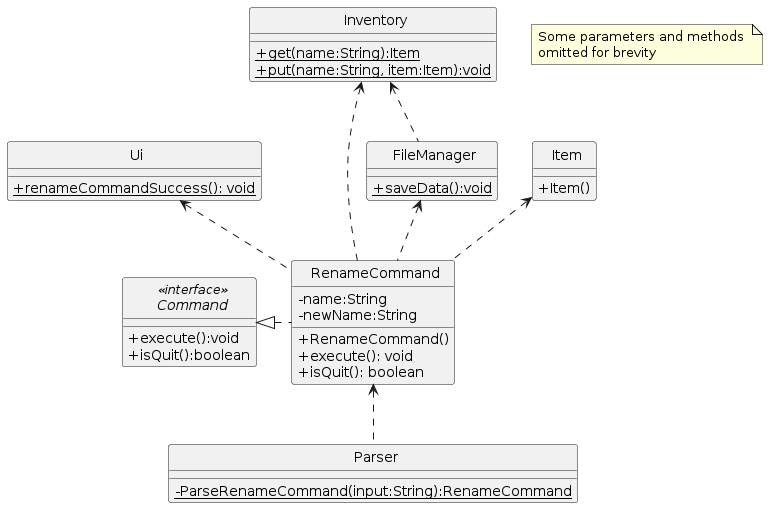
This is docs/uml-diagrams/RenameCommandClass.png from rismm/tp, a PlantUML export, as it was before one commit.
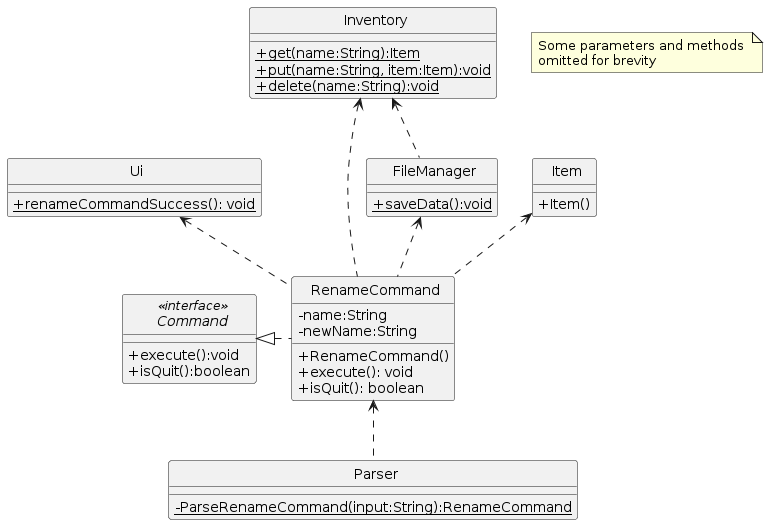
The same file after the commit.

Diff of the diagram source:
```diff
@@ -47,6 +47,7 @@
 class Inventory {
     {static}+get(name:String):Item
     {static}+put(name:String, item:Item):void
+    {static}+delete(name:String):void
 }
 
 class FileManager {
```
